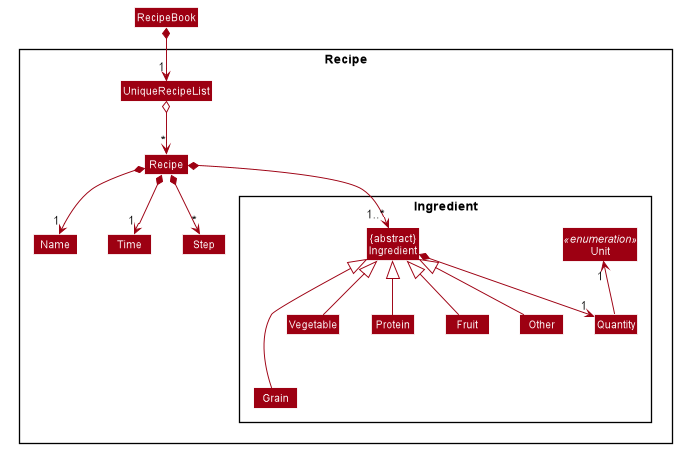
Earlier version of the PlantUML export docs/images/ModelRecipeClassDiagram.png (nus-cs2103-AY1920S2/addressbook-level3). The source it was exported from:
```plantuml
@startuml








skinparam BackgroundColor #FFFFFFF

skinparam Shadowing false

skinparam Class {
    FontColor #FFFFFF
    BorderThickness 1
    BorderColor #FFFFFF
    StereotypeFontColor #FFFFFF
    FontName Arial
}

skinparam Actor {
    BorderColor #000000
    Color #000000
    FontName Arial
}

skinparam Sequence {
    MessageAlign center
    BoxFontSize 15
    BoxPadding 0
    BoxFontColor #FFFFFF
    FontName Arial
}

skinparam Participant {
    FontColor #FFFFFFF
    Padding 20
}

skinparam MinClassWidth 50
skinparam ParticipantPadding 10
skinparam Shadowing false
skinparam DefaultTextAlignment center
skinparam packageStyle Rectangle

hide footbox
hide members
hide circle

skinparam arrowThickness 1.1
skinparam arrowColor #9D0012
skinparam classBackgroundColor #9D0012

Package Recipe {
Class Recipe
Class Name
Class Time
Class Step
Class UniqueRecipeList

Package Ingredient {
Class "{abstract}\nIngredient" as Ingredient
Class Grain
Class Vegetable
Class Protein
Class Fruit
Class Other
Class Quantity
Enum Unit <<enumeration>>
}
}

RecipeBook *--> "1" UniqueRecipeList
UniqueRecipeList o--> "*" Recipe
Recipe *--> "1" Name
Recipe *--> "1" Time
Recipe *--> "*" Step
Recipe *--> "1..*" Ingredient

Ingredient <|--- Grain
Ingredient <|-- Vegetable
Ingredient <|-- Protein
Ingredient <|-- Fruit
Ingredient <|-- Other

Ingredient *--> "1" Quantity
Quantity -up-> "1" Unit
Name -[hidden]right-> Time
Time -[hidden]right-> Step

@enduml
```
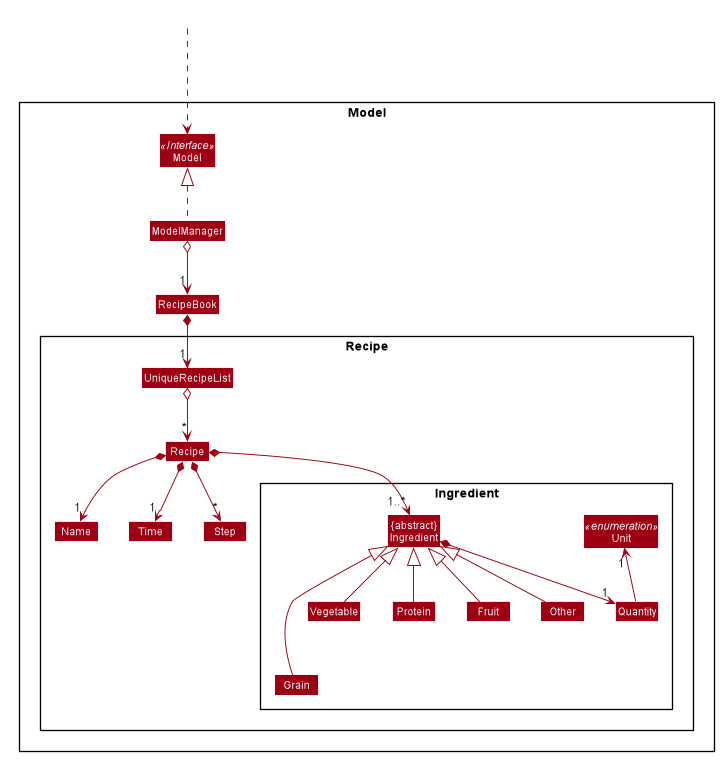
After the change.

Commit message:
Updated model diagrams

Diff of the diagram source:
```diff
@@ -52,6 +52,14 @@
 skinparam arrowColor #9D0012
 skinparam classBackgroundColor #9D0012
 
+Class HiddenOutside #FFFFFF
+
+Package Model <<Rectangle>>{
+
+Interface Model <<Interface>>
+Class Model
+Class ModelManager
+
 Package Recipe {
 Class Recipe
 Class Name
@@ -70,6 +78,10 @@
 Enum Unit <<enumeration>>
 }
 }
+
+HiddenOutside ...> Model
+ModelManager o--> "1" RecipeBook
+ModelManager .up.|> Model
 
 RecipeBook *--> "1" UniqueRecipeList
 UniqueRecipeList o--> "*" Recipe
```
